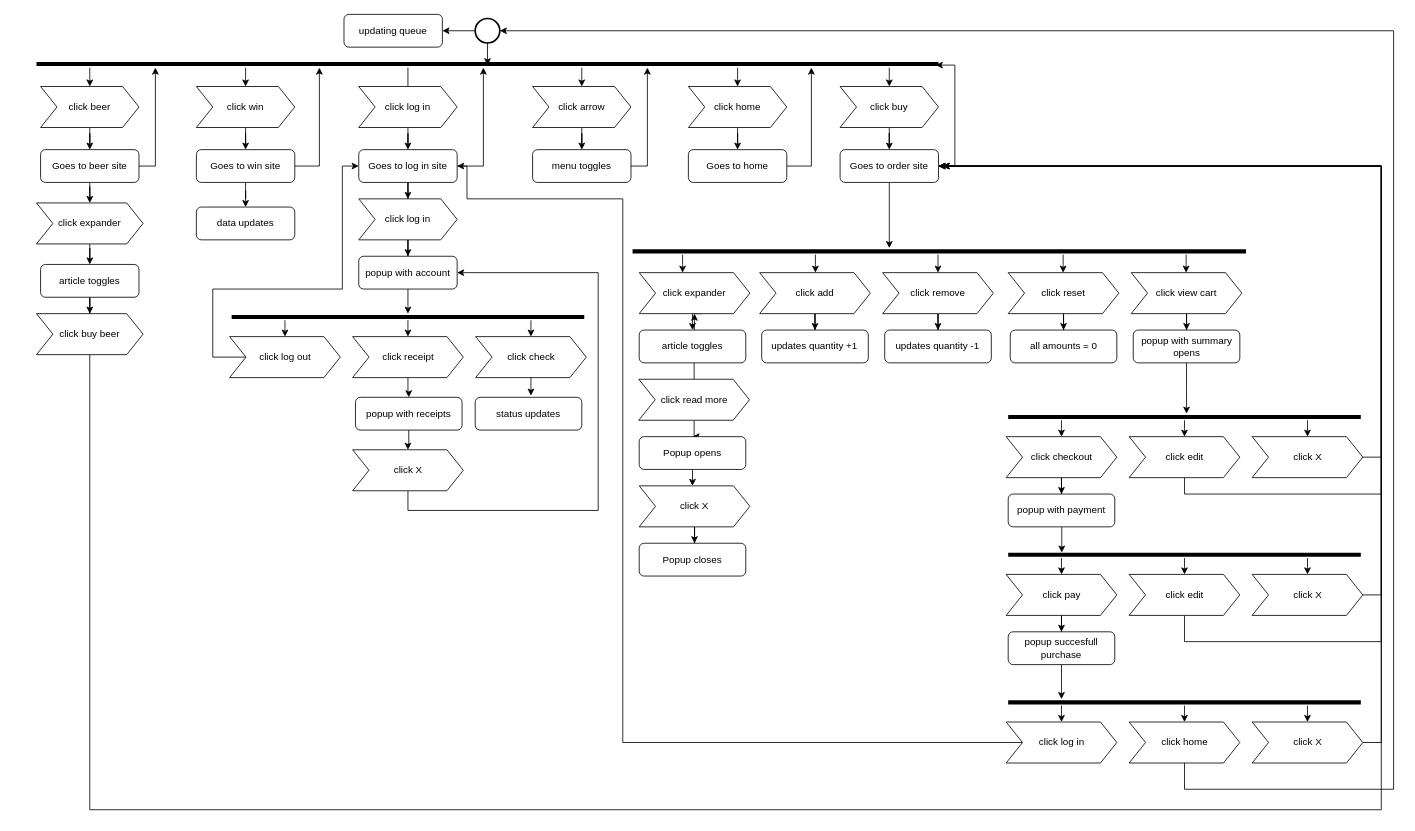
Earlier version of the draw.io diagram activity.drawio (lisa3074/foobar_app). Source tidied: cells renumbered, new cells numbered last; positions are measured from the earlier drawing's top-left corner, leaving out a move shared by most shapes. Both pictures are drawn from the tidied source at 82%, with x=0, y=0 at pixel (36, 14).
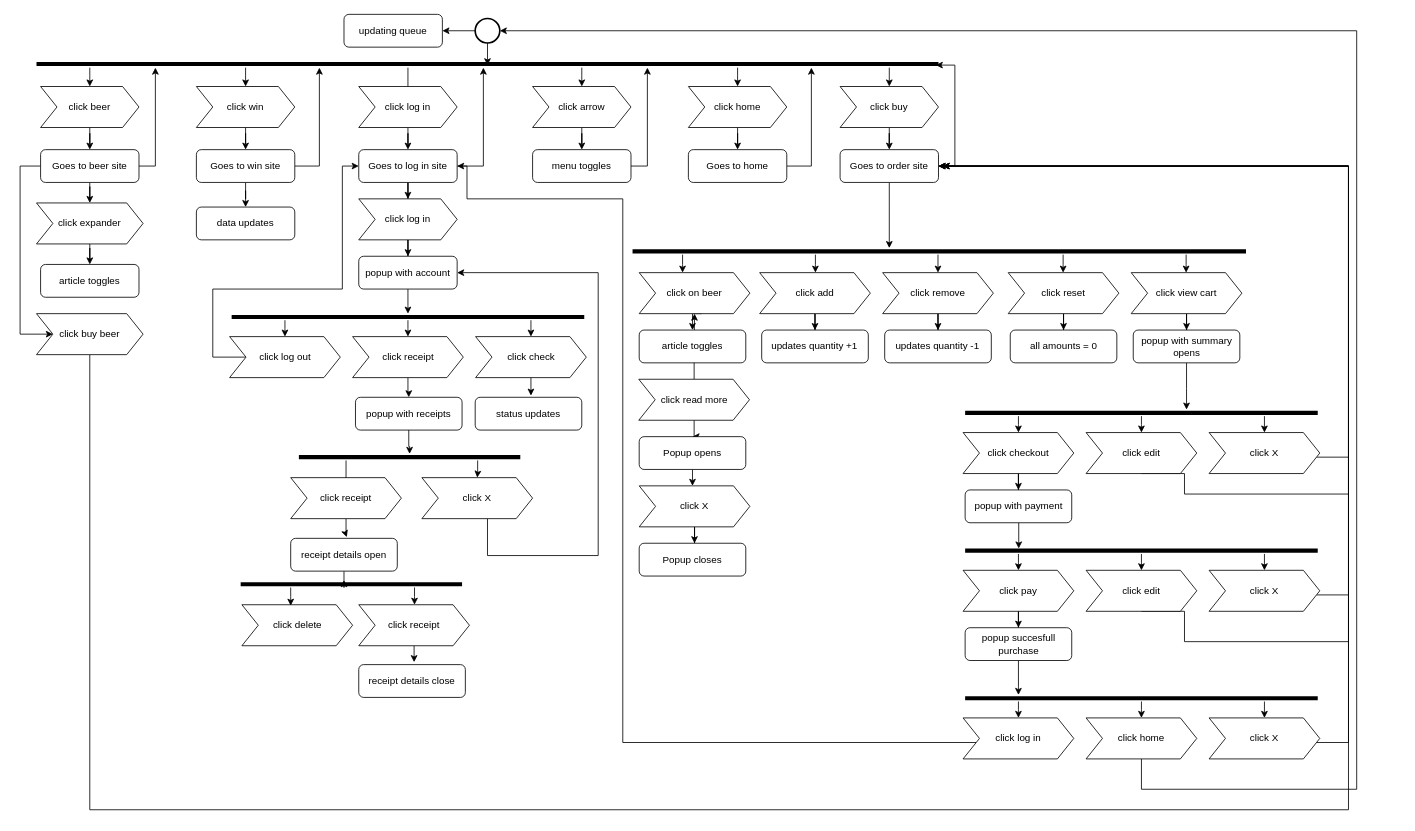
Above is the later version.

Commit message (it also covers changes not shown here):
call graph  updated

Unchanged cells that the change refers to:
```xml
<mxCell id="4" style="strokeWidth=2;html=1;shape=mxgraph.flowchart.start_2;whiteSpace=wrap;" parent="1" vertex="1">
  <mxGeometry x="535" y="5" width="30" height="30" as="geometry" />
</mxCell>
<mxCell id="26" value="Goes to beer site" style="rounded=1;whiteSpace=wrap;html=1;strokeWidth=1;" parent="1" vertex="1">
  <mxGeometry x="5" y="165" width="120" height="40" as="geometry" />
</mxCell>
<mxCell id="39" value="Goes to order site" style="rounded=1;whiteSpace=wrap;html=1;strokeWidth=1;" parent="1" vertex="1">
  <mxGeometry x="980" y="165" width="120" height="40" as="geometry" />
</mxCell>
<mxCell id="108" value="popup with account" style="rounded=1;whiteSpace=wrap;html=1;strokeWidth=1;" parent="1" vertex="1">
  <mxGeometry x="393" y="295" width="120" height="40" as="geometry" />
</mxCell>
<mxCell id="120" value="popup with receipts" style="rounded=1;whiteSpace=wrap;html=1;strokeWidth=1;" parent="1" vertex="1">
  <mxGeometry x="389" y="467" width="130" height="40" as="geometry" />
</mxCell>
<mxCell id="129" value="article toggles" style="rounded=1;whiteSpace=wrap;html=1;strokeWidth=1;" parent="1" vertex="1">
  <mxGeometry x="5" y="305" width="120" height="40" as="geometry" />
</mxCell>
<mxCell id="131" value="click buy beer" style="shape=step;perimeter=stepPerimeter;whiteSpace=wrap;html=1;fixedSize=1;strokeWidth=1;" parent="1" vertex="1">
  <mxGeometry y="365" width="130" height="50" as="geometry" />
</mxCell>
```

Diff of the diagram source:
```diff
@@
+    <mxCell id="132" style="edgeStyle=orthogonalEdgeStyle;rounded=0;jettySize=auto;html=1;entryX=0;entryY=0.5;entryDx=0;entryDy=0;" parent="1" edge="1" source="26" target="131">
+      <mxGeometry relative="1" as="geometry">
+        <Array as="points">
+          <mxPoint x="-20" y="185" />
+          <mxPoint x="-20" y="390" />
+        </Array>
+      </mxGeometry>
+    </mxCell>
@@
-    <mxCell id="47" value="click expander" style="shape=step;perimeter=stepPerimeter;whiteSpace=wrap;html=1;fixedSize=1;strokeWidth=1;" parent="1" vertex="1">
+    <mxCell id="47" value="click on beer" style="shape=step;perimeter=stepPerimeter;whiteSpace=wrap;html=1;fixedSize=1;strokeWidth=1;" parent="1" vertex="1">
       <mxGeometry x="735" y="315" width="135" height="50" as="geometry" />
     </mxCell>
@@
     <mxCell id="71" style="edgeStyle=orthogonalEdgeStyle;rounded=0;jettySize=auto;html=1;entryX=0.5;entryY=0;entryDx=0;entryDy=0;" parent="1" edge="1" source="74" target="76">
       <mxGeometry relative="1" as="geometry">
         <Array as="points">
-          <mxPoint x="1250" y="505" />
-          <mxPoint x="1250" y="505" />
+          <mxPoint x="1197.5" y="500" />
+          <mxPoint x="1197.5" y="500" />
         </Array>
       </mxGeometry>
     </mxCell>
     <mxCell id="72" style="edgeStyle=orthogonalEdgeStyle;rounded=0;jettySize=auto;html=1;entryX=0.5;entryY=0;entryDx=0;entryDy=0;" parent="1" edge="1" source="74" target="78">
       <mxGeometry relative="1" as="geometry">
         <Array as="points">
-          <mxPoint x="1400" y="505" />
-          <mxPoint x="1400" y="505" />
+          <mxPoint x="1347.5" y="500" />
+          <mxPoint x="1347.5" y="500" />
         </Array>
       </mxGeometry>
     </mxCell>
     <mxCell id="73" style="edgeStyle=orthogonalEdgeStyle;rounded=0;jettySize=auto;html=1;entryX=0.5;entryY=0;entryDx=0;entryDy=0;" parent="1" edge="1" source="74" target="80">
       <mxGeometry relative="1" as="geometry">
         <Array as="points">
-          <mxPoint x="1550" y="515" />
-          <mxPoint x="1550" y="515" />
+          <mxPoint x="1497.5" y="510" />
+          <mxPoint x="1497.5" y="510" />
         </Array>
       </mxGeometry>
     </mxCell>
     <mxCell id="74" style="line;strokeWidth=5;fillColor=none;align=left;verticalAlign=middle;spacingTop=-1;spacingLeft=3;spacingRight=3;labelPosition=right;points=[];portConstraint=eastwest;" parent="1" vertex="1">
-      <mxGeometry x="1185" y="487" width="430" height="8" as="geometry" />
+      <mxGeometry x="1132.5" y="482" width="430" height="8" as="geometry" />
     </mxCell>
@@
     <mxCell id="76" value="click checkout" style="shape=step;perimeter=stepPerimeter;whiteSpace=wrap;html=1;fixedSize=1;strokeWidth=1;" parent="1" vertex="1">
-      <mxGeometry x="1182.5" y="515" width="135" height="50" as="geometry" />
+      <mxGeometry x="1130" y="510" width="135" height="50" as="geometry" />
     </mxCell>
     <mxCell id="77" style="edgeStyle=orthogonalEdgeStyle;rounded=0;jettySize=auto;html=1;exitX=0.5;exitY=1;exitDx=0;exitDy=0;" parent="1" edge="1" source="78">
       <mxGeometry relative="1" as="geometry">
         <mxPoint x="1105" y="185" as="targetPoint" />
         <Array as="points">
+          <mxPoint x="1400" y="560" />
           <mxPoint x="1400" y="585" />
-          <mxPoint x="1640" y="585" />
-          <mxPoint x="1640" y="185" />
+          <mxPoint x="1600" y="585" />
+          <mxPoint x="1600" y="185" />
         </Array>
       </mxGeometry>
     </mxCell>
     <mxCell id="78" value="click edit" style="shape=step;perimeter=stepPerimeter;whiteSpace=wrap;html=1;fixedSize=1;strokeWidth=1;" parent="1" vertex="1">
-      <mxGeometry x="1332.5" y="515" width="135" height="50" as="geometry" />
+      <mxGeometry x="1280" y="510" width="135" height="50" as="geometry" />
     </mxCell>
     <mxCell id="79" style="edgeStyle=orthogonalEdgeStyle;rounded=0;jettySize=auto;html=1;entryX=1;entryY=0.5;entryDx=0;entryDy=0;" parent="1" edge="1" source="80" target="39">
       <mxGeometry relative="1" as="geometry">
         <Array as="points">
-          <mxPoint x="1640" y="540" />
-          <mxPoint x="1640" y="185" />
+          <mxPoint x="1600" y="540" />
+          <mxPoint x="1600" y="185" />
         </Array>
       </mxGeometry>
     </mxCell>
     <mxCell id="80" value="click X" style="shape=step;perimeter=stepPerimeter;whiteSpace=wrap;html=1;fixedSize=1;strokeWidth=1;" parent="1" vertex="1">
-      <mxGeometry x="1482.5" y="515" width="135" height="50" as="geometry" />
+      <mxGeometry x="1430" y="510" width="135" height="50" as="geometry" />
     </mxCell>
     <mxCell id="81" style="edgeStyle=orthogonalEdgeStyle;rounded=0;jettySize=auto;html=1;entryX=0.152;entryY=0.172;entryDx=0;entryDy=0;entryPerimeter=0;" parent="1" edge="1" source="82" target="86">
       <mxGeometry relative="1" as="geometry">
         <Array as="points">
-          <mxPoint x="1250" y="656" />
+          <mxPoint x="1197.5" y="651" />
         </Array>
       </mxGeometry>
     </mxCell>
     <mxCell id="82" value="popup with payment" style="rounded=1;whiteSpace=wrap;html=1;strokeWidth=1;" parent="1" vertex="1">
-      <mxGeometry x="1185" y="585" width="130" height="40" as="geometry" />
+      <mxGeometry x="1132.5" y="580" width="130" height="40" as="geometry" />
     </mxCell>
     <mxCell id="83" style="edgeStyle=orthogonalEdgeStyle;rounded=0;jettySize=auto;html=1;entryX=0.5;entryY=0;entryDx=0;entryDy=0;" parent="1" edge="1" source="86" target="88">
       <mxGeometry relative="1" as="geometry">
         <Array as="points">
-          <mxPoint x="1250" y="673" />
-          <mxPoint x="1250" y="673" />
+          <mxPoint x="1197.5" y="668" />
+          <mxPoint x="1197.5" y="668" />
         </Array>
       </mxGeometry>
     </mxCell>
     <mxCell id="84" style="edgeStyle=orthogonalEdgeStyle;rounded=0;jettySize=auto;html=1;entryX=0.5;entryY=0;entryDx=0;entryDy=0;" parent="1" edge="1" source="86" target="90">
       <mxGeometry relative="1" as="geometry">
         <Array as="points">
-          <mxPoint x="1400" y="673" />
-          <mxPoint x="1400" y="673" />
+          <mxPoint x="1347.5" y="668" />
+          <mxPoint x="1347.5" y="668" />
         </Array>
       </mxGeometry>
     </mxCell>
     <mxCell id="85" style="edgeStyle=orthogonalEdgeStyle;rounded=0;jettySize=auto;html=1;entryX=0.5;entryY=0;entryDx=0;entryDy=0;" parent="1" edge="1" source="86" target="92">
       <mxGeometry relative="1" as="geometry">
         <Array as="points">
-          <mxPoint x="1550" y="683" />
-          <mxPoint x="1550" y="683" />
+          <mxPoint x="1497.5" y="678" />
+          <mxPoint x="1497.5" y="678" />
         </Array>
       </mxGeometry>
     </mxCell>
     <mxCell id="86" style="line;strokeWidth=5;fillColor=none;align=left;verticalAlign=middle;spacingTop=-1;spacingLeft=3;spacingRight=3;labelPosition=right;points=[];portConstraint=eastwest;" parent="1" vertex="1">
-      <mxGeometry x="1185" y="655" width="430" height="8" as="geometry" />
+      <mxGeometry x="1132.5" y="650" width="430" height="8" as="geometry" />
     </mxCell>
@@
     <mxCell id="88" value="click pay" style="shape=step;perimeter=stepPerimeter;whiteSpace=wrap;html=1;fixedSize=1;strokeWidth=1;" parent="1" vertex="1">
-      <mxGeometry x="1182.5" y="683" width="135" height="50" as="geometry" />
+      <mxGeometry x="1130" y="678" width="135" height="50" as="geometry" />
     </mxCell>
     <mxCell id="89" style="edgeStyle=orthogonalEdgeStyle;rounded=0;jettySize=auto;html=1;exitX=0.5;exitY=1;exitDx=0;exitDy=0;" parent="1" edge="1" source="90">
       <mxGeometry relative="1" as="geometry">
         <mxPoint x="1105" y="185" as="targetPoint" />
         <Array as="points">
+          <mxPoint x="1400" y="728" />
           <mxPoint x="1400" y="765" />
-          <mxPoint x="1640" y="765" />
-          <mxPoint x="1640" y="185" />
+          <mxPoint x="1600" y="765" />
+          <mxPoint x="1600" y="185" />
         </Array>
       </mxGeometry>
     </mxCell>
     <mxCell id="90" value="click edit" style="shape=step;perimeter=stepPerimeter;whiteSpace=wrap;html=1;fixedSize=1;strokeWidth=1;" parent="1" vertex="1">
-      <mxGeometry x="1332.5" y="683" width="135" height="50" as="geometry" />
+      <mxGeometry x="1280" y="678" width="135" height="50" as="geometry" />
     </mxCell>
     <mxCell id="91" style="edgeStyle=orthogonalEdgeStyle;rounded=0;jettySize=auto;html=1;entryX=1;entryY=0.5;entryDx=0;entryDy=0;" parent="1" edge="1" source="92" target="39">
       <mxGeometry relative="1" as="geometry">
         <Array as="points">
-          <mxPoint x="1640" y="708" />
-          <mxPoint x="1640" y="185" />
+          <mxPoint x="1600" y="708" />
+          <mxPoint x="1600" y="185" />
         </Array>
       </mxGeometry>
     </mxCell>
     <mxCell id="92" value="click X" style="shape=step;perimeter=stepPerimeter;whiteSpace=wrap;html=1;fixedSize=1;strokeWidth=1;" parent="1" vertex="1">
-      <mxGeometry x="1482.5" y="683" width="135" height="50" as="geometry" />
+      <mxGeometry x="1430" y="678" width="135" height="50" as="geometry" />
     </mxCell>
     <mxCell id="93" style="edgeStyle=orthogonalEdgeStyle;rounded=0;jettySize=auto;html=1;" parent="1" edge="1" source="94" target="98">
       <mxGeometry relative="1" as="geometry">
         <Array as="points">
-          <mxPoint x="1250" y="825" />
-          <mxPoint x="1250" y="825" />
+          <mxPoint x="1197.5" y="820" />
+          <mxPoint x="1197.5" y="820" />
         </Array>
       </mxGeometry>
     </mxCell>
     <mxCell id="94" value="popup succesfull purchase" style="rounded=1;whiteSpace=wrap;html=1;strokeWidth=1;" parent="1" vertex="1">
-      <mxGeometry x="1185" y="753" width="130" height="40" as="geometry" />
+      <mxGeometry x="1132.5" y="748" width="130" height="40" as="geometry" />
     </mxCell>
     <mxCell id="95" style="edgeStyle=orthogonalEdgeStyle;rounded=0;jettySize=auto;html=1;entryX=0.5;entryY=0;entryDx=0;entryDy=0;" parent="1" edge="1" source="98" target="100">
       <mxGeometry relative="1" as="geometry">
         <Array as="points">
-          <mxPoint x="1250" y="853" />
-          <mxPoint x="1250" y="853" />
+          <mxPoint x="1197.5" y="848" />
+          <mxPoint x="1197.5" y="848" />
         </Array>
       </mxGeometry>
     </mxCell>
     <mxCell id="96" style="edgeStyle=orthogonalEdgeStyle;rounded=0;jettySize=auto;html=1;entryX=0.5;entryY=0;entryDx=0;entryDy=0;" parent="1" edge="1" source="98" target="102">
       <mxGeometry relative="1" as="geometry">
         <Array as="points">
-          <mxPoint x="1400" y="853" />
-          <mxPoint x="1400" y="853" />
+          <mxPoint x="1347.5" y="848" />
+          <mxPoint x="1347.5" y="848" />
         </Array>
       </mxGeometry>
     </mxCell>
     <mxCell id="97" style="edgeStyle=orthogonalEdgeStyle;rounded=0;jettySize=auto;html=1;entryX=0.5;entryY=0;entryDx=0;entryDy=0;" parent="1" edge="1" source="98" target="104">
       <mxGeometry relative="1" as="geometry">
         <Array as="points">
-          <mxPoint x="1550" y="863" />
-          <mxPoint x="1550" y="863" />
+          <mxPoint x="1497.5" y="858" />
+          <mxPoint x="1497.5" y="858" />
         </Array>
       </mxGeometry>
     </mxCell>
     <mxCell id="98" style="line;strokeWidth=5;fillColor=none;align=left;verticalAlign=middle;spacingTop=-1;spacingLeft=3;spacingRight=3;labelPosition=right;points=[];portConstraint=eastwest;" parent="1" vertex="1">
-      <mxGeometry x="1185" y="835" width="430" height="8" as="geometry" />
+      <mxGeometry x="1132.5" y="830" width="430" height="8" as="geometry" />
     </mxCell>
@@
     <mxCell id="100" value="click log in" style="shape=step;perimeter=stepPerimeter;whiteSpace=wrap;html=1;fixedSize=1;strokeWidth=1;" parent="1" vertex="1">
-      <mxGeometry x="1182.5" y="863" width="135" height="50" as="geometry" />
+      <mxGeometry x="1130" y="858" width="135" height="50" as="geometry" />
     </mxCell>
     <mxCell id="101" style="edgeStyle=orthogonalEdgeStyle;rounded=0;jettySize=auto;html=1;entryX=1;entryY=0.5;entryDx=0;entryDy=0;entryPerimeter=0;exitX=0.5;exitY=1;exitDx=0;exitDy=0;" parent="1" edge="1" source="102" target="4">
       <mxGeometry relative="1" as="geometry">
         <Array as="points">
-          <mxPoint x="1400" y="945" />
-          <mxPoint x="1655" y="945" />
-          <mxPoint x="1655" y="20" />
+          <mxPoint x="1347" y="945" />
+          <mxPoint x="1610" y="945" />
+          <mxPoint x="1610" y="20" />
         </Array>
       </mxGeometry>
     </mxCell>
     <mxCell id="102" value="click home" style="shape=step;perimeter=stepPerimeter;whiteSpace=wrap;html=1;fixedSize=1;strokeWidth=1;" parent="1" vertex="1">
-      <mxGeometry x="1332.5" y="863" width="135" height="50" as="geometry" />
+      <mxGeometry x="1280" y="858" width="135" height="50" as="geometry" />
     </mxCell>
     <mxCell id="103" style="edgeStyle=orthogonalEdgeStyle;rounded=0;jettySize=auto;html=1;" parent="1" edge="1" source="104">
       <mxGeometry relative="1" as="geometry">
         <mxPoint x="1105" y="185" as="targetPoint" />
         <Array as="points">
-          <mxPoint x="1640" y="888" />
-          <mxPoint x="1640" y="185" />
+          <mxPoint x="1600" y="888" />
+          <mxPoint x="1600" y="185" />
         </Array>
       </mxGeometry>
     </mxCell>
     <mxCell id="104" value="click X" style="shape=step;perimeter=stepPerimeter;whiteSpace=wrap;html=1;fixedSize=1;strokeWidth=1;" parent="1" vertex="1">
-      <mxGeometry x="1482.5" y="863" width="135" height="50" as="geometry" />
+      <mxGeometry x="1430" y="858" width="135" height="50" as="geometry" />
     </mxCell>
@@
-    <mxCell id="119" style="edgeStyle=orthogonalEdgeStyle;rounded=0;jettySize=auto;html=1;entryX=0.5;entryY=0;entryDx=0;entryDy=0;" parent="1" edge="1" source="120" target="123">
-      <mxGeometry relative="1" as="geometry" />
+    <mxCell id="119" style="edgeStyle=orthogonalEdgeStyle;rounded=0;jettySize=auto;html=1;entryX=0.5;entryY=0;entryDx=0;entryDy=0;" parent="1" edge="1" source="134" target="123">
+      <mxGeometry relative="1" as="geometry">
+        <Array as="points">
+          <mxPoint x="538" y="560" />
+          <mxPoint x="538" y="560" />
+        </Array>
+      </mxGeometry>
     </mxCell>
@@
     <mxCell id="122" style="edgeStyle=orthogonalEdgeStyle;rounded=0;jettySize=auto;html=1;entryX=1;entryY=0.5;entryDx=0;entryDy=0;" parent="1" edge="1" source="123" target="108">
       <mxGeometry relative="1" as="geometry">
         <Array as="points">
-          <mxPoint x="453" y="605" />
-          <mxPoint x="685" y="605" />
+          <mxPoint x="550" y="660" />
+          <mxPoint x="685" y="660" />
           <mxPoint x="685" y="315" />
         </Array>
       </mxGeometry>
     </mxCell>
     <mxCell id="123" value="click X" style="shape=step;perimeter=stepPerimeter;whiteSpace=wrap;html=1;fixedSize=1;strokeWidth=1;" parent="1" vertex="1">
-      <mxGeometry x="385.5" y="531" width="135" height="50" as="geometry" />
+      <mxGeometry x="470" y="565" width="135" height="50" as="geometry" />
     </mxCell>
@@
-    <mxCell id="128" style="edgeStyle=orthogonalEdgeStyle;rounded=0;jettySize=auto;html=1;entryX=0.5;entryY=0;entryDx=0;entryDy=0;" parent="1" edge="1" source="129" target="131">
-      <mxGeometry relative="1" as="geometry" />
-    </mxCell>
@@
     <mxCell id="130" style="edgeStyle=orthogonalEdgeStyle;rounded=0;jettySize=auto;html=1;entryX=1;entryY=0.5;entryDx=0;entryDy=0;" parent="1" edge="1" source="131" target="39">
       <mxGeometry relative="1" as="geometry">
         <Array as="points">
           <mxPoint x="65" y="970" />
-          <mxPoint x="1640" y="970" />
-          <mxPoint x="1640" y="185" />
+          <mxPoint x="1600" y="970" />
+          <mxPoint x="1600" y="185" />
         </Array>
       </mxGeometry>
     </mxCell>
@@
+    <mxCell id="133" style="edgeStyle=orthogonalEdgeStyle;rounded=0;jettySize=auto;html=1;" parent="1" edge="1" source="134" target="137">
+      <mxGeometry relative="1" as="geometry">
+        <Array as="points">
+          <mxPoint x="378" y="565" />
+          <mxPoint x="378" y="565" />
+        </Array>
+      </mxGeometry>
+    </mxCell>
+    <mxCell id="134" style="line;strokeWidth=5;fillColor=none;align=left;verticalAlign=middle;spacingTop=-1;spacingLeft=3;spacingRight=3;labelPosition=right;points=[];portConstraint=eastwest;" parent="1" vertex="1">
+      <mxGeometry x="320" y="536" width="270" height="8" as="geometry" />
+    </mxCell>
+    <mxCell id="135" style="edgeStyle=orthogonalEdgeStyle;rounded=0;jettySize=auto;html=1;entryX=0.5;entryY=0;entryDx=0;entryDy=0;" parent="1" edge="1" source="120" target="134">
+      <mxGeometry relative="1" as="geometry" />
+    </mxCell>
+    <mxCell id="136" style="edgeStyle=orthogonalEdgeStyle;rounded=0;jettySize=auto;html=1;entryX=0.526;entryY=-0.037;entryDx=0;entryDy=0;entryPerimeter=0;" parent="1" edge="1" source="137" target="140">
+      <mxGeometry relative="1" as="geometry" />
+    </mxCell>
+    <mxCell id="137" value="click receipt" style="shape=step;perimeter=stepPerimeter;whiteSpace=wrap;html=1;fixedSize=1;strokeWidth=1;" parent="1" vertex="1">
+      <mxGeometry x="310" y="565" width="135" height="50" as="geometry" />
+    </mxCell>
+    <mxCell id="138" value="click delete" style="shape=step;perimeter=stepPerimeter;whiteSpace=wrap;html=1;fixedSize=1;strokeWidth=1;" parent="1" vertex="1">
+      <mxGeometry x="250.5" y="720" width="135" height="50" as="geometry" />
+    </mxCell>
+    <mxCell id="139" style="edgeStyle=orthogonalEdgeStyle;rounded=0;jettySize=auto;html=1;" parent="1" edge="1" source="140">
+      <mxGeometry relative="1" as="geometry">
+        <mxPoint x="375" y="690" as="targetPoint" />
+      </mxGeometry>
+    </mxCell>
+    <mxCell id="140" value="receipt details open" style="rounded=1;whiteSpace=wrap;html=1;strokeWidth=1;" parent="1" vertex="1">
+      <mxGeometry x="310" y="639" width="130" height="40" as="geometry" />
+    </mxCell>
+    <mxCell id="141" style="edgeStyle=orthogonalEdgeStyle;rounded=0;jettySize=auto;html=1;entryX=0.441;entryY=0.024;entryDx=0;entryDy=0;entryPerimeter=0;" parent="1" edge="1" source="143" target="138">
+      <mxGeometry relative="1" as="geometry">
+        <Array as="points">
+          <mxPoint x="310" y="710" />
+          <mxPoint x="310" y="710" />
+        </Array>
+      </mxGeometry>
+    </mxCell>
+    <mxCell id="142" style="edgeStyle=orthogonalEdgeStyle;rounded=0;jettySize=auto;html=1;" parent="1" edge="1" source="143" target="145">
+      <mxGeometry relative="1" as="geometry">
+        <Array as="points">
+          <mxPoint x="461" y="710" />
+          <mxPoint x="461" y="710" />
+        </Array>
+      </mxGeometry>
+    </mxCell>
+    <mxCell id="143" style="line;strokeWidth=5;fillColor=none;align=left;verticalAlign=middle;spacingTop=-1;spacingLeft=3;spacingRight=3;labelPosition=right;points=[];portConstraint=eastwest;" parent="1" vertex="1">
+      <mxGeometry x="249" y="691" width="270" height="8" as="geometry" />
+    </mxCell>
+    <mxCell id="144" style="edgeStyle=orthogonalEdgeStyle;rounded=0;jettySize=auto;html=1;" parent="1" edge="1" source="145">
+      <mxGeometry relative="1" as="geometry">
+        <mxPoint x="460.5" y="790" as="targetPoint" />
+      </mxGeometry>
+    </mxCell>
+    <mxCell id="145" value="click receipt" style="shape=step;perimeter=stepPerimeter;whiteSpace=wrap;html=1;fixedSize=1;strokeWidth=1;" parent="1" vertex="1">
+      <mxGeometry x="393" y="720" width="135" height="50" as="geometry" />
+    </mxCell>
+    <mxCell id="146" value="receipt details close" style="rounded=1;whiteSpace=wrap;html=1;strokeWidth=1;" parent="1" vertex="1">
+      <mxGeometry x="393" y="793" width="130" height="40" as="geometry" />
+    </mxCell>
```
